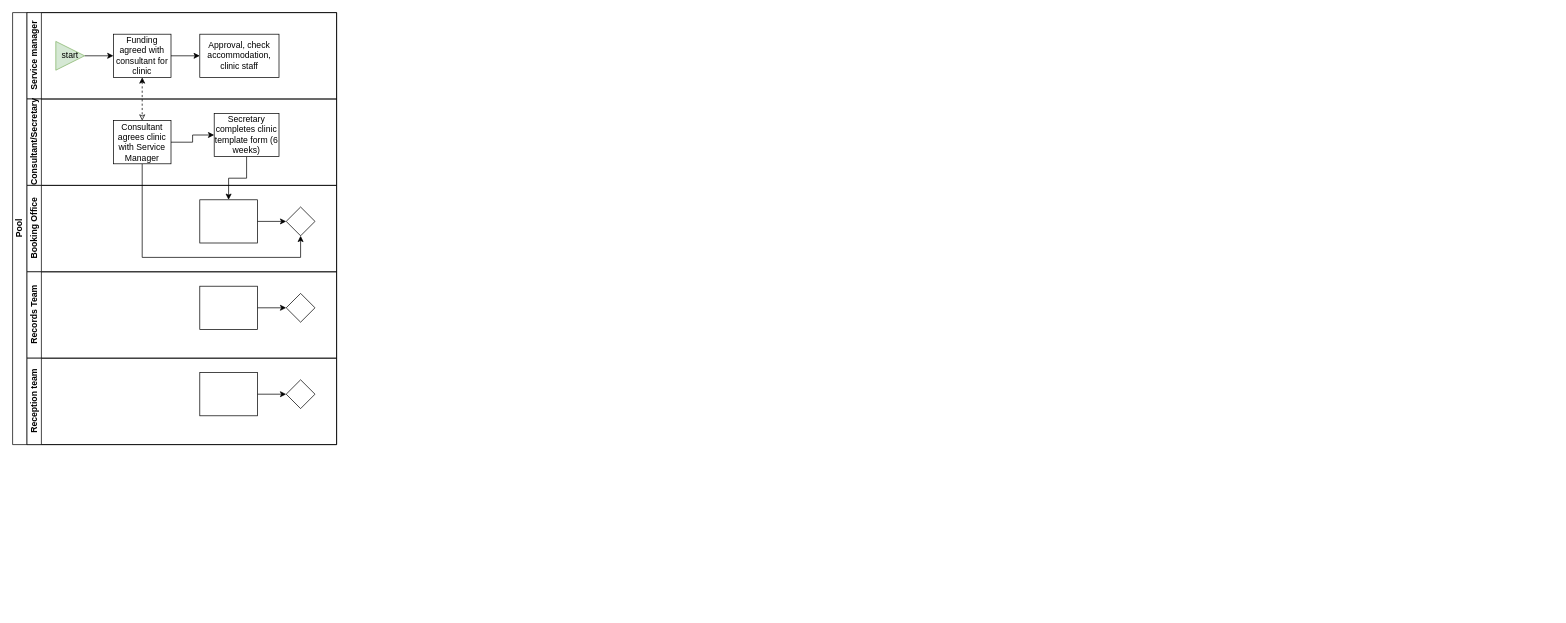
Earlier version of the draw.io diagram swimlane_clinictemplate1.drawio (shanemuk/waiting-lists). Source tidied: cells renumbered, new cells numbered last; positions are measured from the earlier drawing's top-left corner, leaving out a move shared by most shapes. Both pictures are drawn from the tidied source at 72%, with x=0, y=0 at pixel (12, 12).
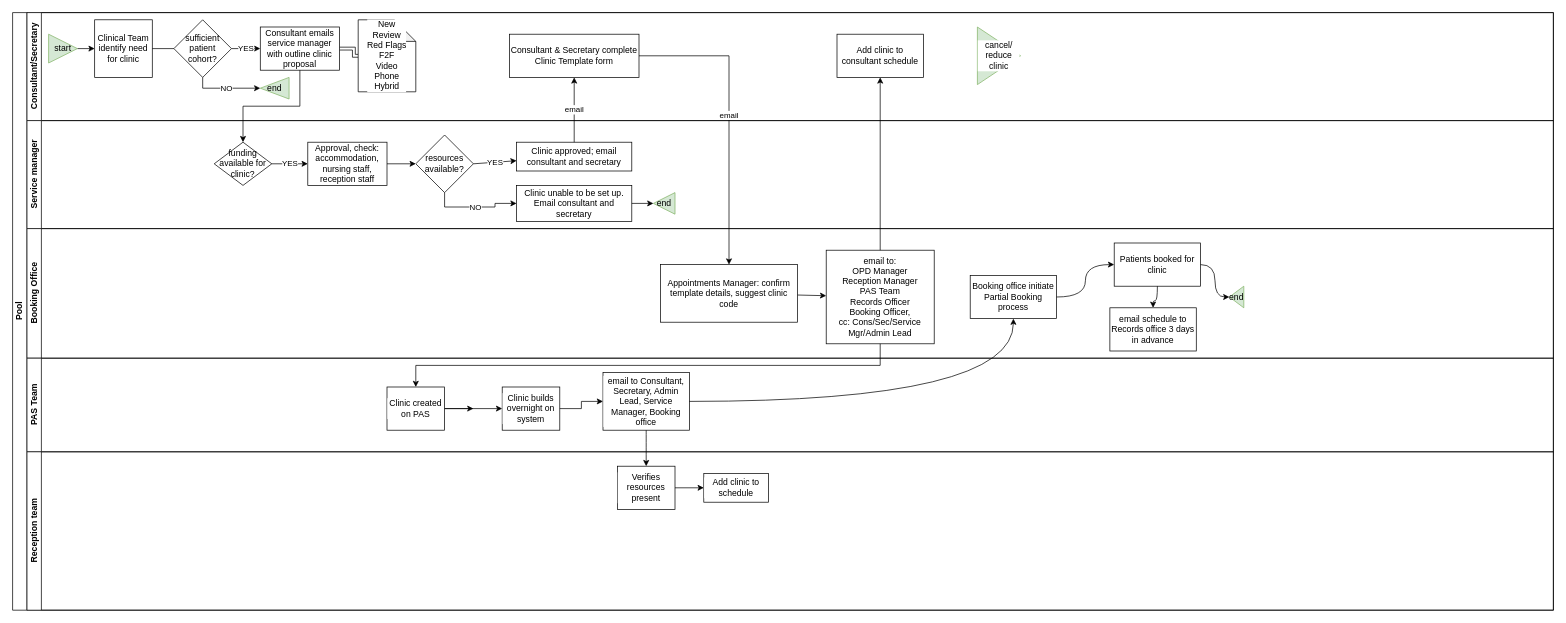
The same page after the edit.

Change to the diagram source:
```diff
@@
     <mxCell id="2" value="Pool" style="swimlane;html=1;horizontal=0;startSize=20;fillColor=default;strokeColor=default;fontColor=default;" parent="1" vertex="1">
-      <mxGeometry width="450" height="600" as="geometry" />
+      <mxGeometry width="2140" height="830" as="geometry" />
     </mxCell>
-    <mxCell id="3" style="edgeStyle=orthogonalEdgeStyle;rounded=0;jettySize=auto;html=1;dashed=1;endArrow=classic;endFill=0;strokeColor=default;labelBackgroundColor=default;fontColor=default;startArrow=classic;" parent="2" edge="1" source="9" target="14">
-      <mxGeometry relative="1" as="geometry" />
-    </mxCell>
-    <mxCell id="4" style="edgeStyle=orthogonalEdgeStyle;rounded=0;jettySize=auto;html=1;endArrow=classic;endFill=1;" parent="2" edge="1" source="15" target="18">
+    <mxCell id="4" value="email" style="edgeStyle=orthogonalEdgeStyle;rounded=0;jettySize=auto;html=1;endArrow=classic;endFill=1;strokeColor=default;labelBackgroundColor=default;fontColor=default;exitX=1;exitY=0.5;exitDx=0;exitDy=0;" parent="2" edge="1" source="15" target="18">
       <mxGeometry relative="1" as="geometry" />
     </mxCell>
-    <mxCell id="5" style="edgeStyle=orthogonalEdgeStyle;rounded=0;jettySize=auto;html=1;endArrow=classic;endFill=1;" parent="2" edge="1" source="14" target="19">
-      <mxGeometry relative="1" as="geometry">
-        <Array as="points">
-          <mxPoint x="180" y="340" />
-          <mxPoint x="400" y="340" />
-        </Array>
-      </mxGeometry>
-    </mxCell>
+    <mxCell id="12" value="Consultant/Secretary" style="swimlane;html=1;startSize=20;horizontal=0;fillColor=default;strokeColor=default;fontColor=default;" parent="2" vertex="1">
+      <mxGeometry x="20" width="2120" height="150" as="geometry" />
+    </mxCell>
+    <mxCell id="28" style="edgeStyle=orthogonalEdgeStyle;curved=1;rounded=0;jumpStyle=arc;jettySize=auto;html=1;exitX=1;exitY=0.5;exitDx=0;exitDy=0;labelBackgroundColor=default;fontColor=default;strokeColor=default;fillColor=default;shape=link;" parent="12" edge="1" source="14" target="37">
+      <mxGeometry relative="1" as="geometry" />
+    </mxCell>
+    <mxCell id="14" value="Consultant emails service manager with outline clinic proposal" style="rounded=0;whiteSpace=wrap;html=1;fontFamily=Helvetica;fontSize=12;fontColor=#000000;align=center;fillColor=default;strokeColor=default;" parent="12" vertex="1">
+      <mxGeometry x="324" y="20" width="110" height="60" as="geometry" />
+    </mxCell>
+    <mxCell id="15" value="Consultant &amp;amp; Secretary complete Clinic Template form" style="whiteSpace=wrap;html=1;fontFamily=Helvetica;fontSize=12;fontColor=#000000;align=center;fillColor=default;strokeColor=default;" parent="12" vertex="1">
+      <mxGeometry x="670" y="30" width="180" height="60" as="geometry" />
+    </mxCell>
+    <mxCell id="29" value="YES" style="edgeStyle=orthogonalEdgeStyle;rounded=0;jettySize=auto;html=1;exitX=1;exitY=0.5;exitDx=0;exitDy=0;entryX=0;entryY=0.5;entryDx=0;entryDy=0;labelBackgroundColor=default;fontColor=default;strokeColor=default;startArrow=none;fillColor=default;" parent="12" edge="1" source="31" target="14">
+      <mxGeometry relative="1" as="geometry" />
+    </mxCell>
+    <mxCell id="30" value="Clinical Team identify need for clinic" style="whiteSpace=wrap;html=1;fontColor=default;strokeColor=default;fillColor=default;" parent="12" vertex="1">
+      <mxGeometry x="94" y="10" width="80" height="80" as="geometry" />
+    </mxCell>
+    <mxCell id="31" value="sufficient patient cohort?" style="rhombus;whiteSpace=wrap;html=1;fontColor=default;strokeColor=default;fillColor=default;" parent="12" vertex="1">
+      <mxGeometry x="204" y="10" width="80" height="80" as="geometry" />
+    </mxCell>
+    <mxCell id="32" style="edgeStyle=orthogonalEdgeStyle;rounded=0;jettySize=auto;html=1;exitX=1;exitY=0.5;exitDx=0;exitDy=0;entryX=0;entryY=0.5;entryDx=0;entryDy=0;labelBackgroundColor=default;fontColor=default;strokeColor=default;endArrow=none;fillColor=default;" parent="12" edge="1" source="30" target="31">
+      <mxGeometry relative="1" as="geometry" />
+    </mxCell>
+    <mxCell id="33" value="NO" style="edgeStyle=orthogonalEdgeStyle;rounded=0;jettySize=auto;html=1;exitX=0.5;exitY=1;exitDx=0;exitDy=0;labelBackgroundColor=default;fontColor=default;strokeColor=default;entryX=1;entryY=0.5;entryDx=0;entryDy=0;fillColor=default;" parent="12" edge="1" source="31" target="34">
+      <mxGeometry relative="1" as="geometry">
+        <Array as="points">
+          <mxPoint x="244" y="105" />
+        </Array>
+      </mxGeometry>
+    </mxCell>
+    <mxCell id="34" value="end" style="triangle;whiteSpace=wrap;html=1;strokeColor=#82b366;fillColor=#d5e8d4;comic=0;direction=west;fontColor=default;" parent="12" vertex="1">
+      <mxGeometry x="324" y="90" width="40" height="30" as="geometry" />
+    </mxCell>
+    <mxCell id="35" style="edgeStyle=orthogonalEdgeStyle;rounded=0;jettySize=auto;html=1;exitX=1;exitY=0.5;exitDx=0;exitDy=0;entryX=0;entryY=0.5;entryDx=0;entryDy=0;labelBackgroundColor=default;fontColor=default;strokeColor=default;fillColor=default;" parent="12" edge="1" source="8" target="30">
+      <mxGeometry relative="1" as="geometry" />
+    </mxCell>
+    <mxCell id="8" value="start" style="triangle;whiteSpace=wrap;html=1;fillColor=#d5e8d4;strokeColor=#82b366;fontColor=default;" parent="12" vertex="1">
+      <mxGeometry x="30" y="30" width="40" height="40" as="geometry" />
+    </mxCell>
+    <mxCell id="36" value="Add clinic to consultant schedule" style="whiteSpace=wrap;html=1;fontColor=#000000;fillColor=default;strokeColor=default;" parent="12" vertex="1">
+      <mxGeometry x="1125" y="30" width="120" height="60" as="geometry" />
+    </mxCell>
+    <mxCell id="37" value="New&lt;br&gt;Review&lt;br&gt;Red Flags&lt;br&gt;F2F&lt;br&gt;Video&lt;br&gt;Phone&lt;br&gt;Hybrid" style="shape=note;whiteSpace=wrap;html=1;backgroundOutline=1;darkOpacity=0.05;labelBackgroundColor=default;comic=0;fontColor=default;strokeColor=default;fillColor=default;" parent="12" vertex="1">
+      <mxGeometry x="460" y="10" width="80" height="100" as="geometry" />
+    </mxCell>
+    <mxCell id="38" value="cancel/ reduce clinic" style="triangle;whiteSpace=wrap;html=1;labelBackgroundColor=default;comic=0;strokeColor=#82b366;fillColor=#d5e8d4;fontColor=default;" parent="12" vertex="1">
+      <mxGeometry x="1320" y="20" width="60" height="80" as="geometry" />
+    </mxCell>
-    <mxCell id="6" value="Service manager" style="swimlane;html=1;startSize=20;horizontal=0;" parent="2" vertex="1">
-      <mxGeometry x="20" width="430" height="120" as="geometry" />
+    <mxCell id="6" value="Service manager" style="swimlane;html=1;startSize=20;horizontal=0;fillColor=default;strokeColor=default;fontColor=default;" parent="2" vertex="1">
+      <mxGeometry x="20" y="150" width="2120" height="150" as="geometry" />
     </mxCell>
-    <mxCell id="7" style="edgeStyle=orthogonalEdgeStyle;rounded=0;jettySize=auto;html=1;" parent="6" edge="1" source="8" target="9">
-      <mxGeometry relative="1" as="geometry" />
-    </mxCell>
-    <mxCell id="8" value="start" style="triangle;whiteSpace=wrap;html=1;fillColor=#d5e8d4;strokeColor=#82b366;fontColor=default;" parent="6" vertex="1">
-      <mxGeometry x="40" y="40" width="40" height="40" as="geometry" />
-    </mxCell>
-    <mxCell id="9" value="Funding agreed with consultant for clinic" style="rounded=0;whiteSpace=wrap;html=1;fontFamily=Helvetica;fontSize=12;fontColor=#000000;align=center;" parent="6" vertex="1">
-      <mxGeometry x="120" y="30" width="80" height="60" as="geometry" />
+    <mxCell id="9" value="funding available for clinic?" style="rhombus;rounded=0;whiteSpace=wrap;html=1;fontFamily=Helvetica;fontSize=12;fontColor=#000000;align=center;fillColor=default;strokeColor=default;" parent="6" vertex="1">
+      <mxGeometry x="260" y="30" width="80" height="60" as="geometry" />
     </mxCell>
-    <mxCell id="10" style="edgeStyle=orthogonalEdgeStyle;rounded=0;jettySize=auto;html=1;exitX=1;exitY=0.5;exitDx=0;exitDy=0;entryX=0;entryY=0.5;entryDx=0;entryDy=0;fontColor=default;strokeColor=default;labelBackgroundColor=default;" parent="6" edge="1" source="9" target="11">
+    <mxCell id="10" value="YES" style="edgeStyle=orthogonalEdgeStyle;rounded=0;jettySize=auto;html=1;exitX=1;exitY=0.5;exitDx=0;exitDy=0;entryX=0;entryY=0.5;entryDx=0;entryDy=0;fontColor=default;strokeColor=default;labelBackgroundColor=default;" parent="6" edge="1" source="9" target="11">
       <mxGeometry relative="1" as="geometry" />
     </mxCell>
+    <mxCell id="39" style="edgeStyle=orthogonalEdgeStyle;rounded=0;jettySize=auto;html=1;labelBackgroundColor=default;fontColor=default;strokeColor=default;" parent="6" edge="1" source="11" target="40">
+      <mxGeometry relative="1" as="geometry" />
+    </mxCell>
-    <mxCell id="11" value="Approval, check accommodation, clinic staff" style="rounded=0;whiteSpace=wrap;html=1;fontFamily=Helvetica;fontSize=12;fontColor=#000000;align=center;fillColor=default;strokeColor=default;" parent="6" vertex="1">
-      <mxGeometry x="240" y="30" width="110" height="60" as="geometry" />
+    <mxCell id="11" value="Approval, check: accommodation, nursing staff,&lt;br&gt;reception staff" style="rounded=0;whiteSpace=wrap;html=1;fontFamily=Helvetica;fontSize=12;fontColor=#000000;align=center;fillColor=default;strokeColor=default;" parent="6" vertex="1">
+      <mxGeometry x="390" y="30" width="110" height="60" as="geometry" />
     </mxCell>
-    <mxCell id="12" value="Consultant/Secretary" style="swimlane;html=1;startSize=20;horizontal=0;" parent="2" vertex="1">
-      <mxGeometry x="20" y="120" width="430" height="120" as="geometry" />
-    </mxCell>
-    <mxCell id="13" style="edgeStyle=orthogonalEdgeStyle;rounded=0;jettySize=auto;html=1;endArrow=classic;endFill=1;" parent="12" edge="1" source="14" target="15">
-      <mxGeometry relative="1" as="geometry" />
-    </mxCell>
-    <mxCell id="14" value="Consultant agrees clinic with Service Manager" style="rounded=0;whiteSpace=wrap;html=1;fontFamily=Helvetica;fontSize=12;fontColor=#000000;align=center;fillColor=default;strokeColor=default;" parent="12" vertex="1">
-      <mxGeometry x="120" y="30" width="80" height="60" as="geometry" />
-    </mxCell>
-    <mxCell id="15" value="Secretary completes clinic template form (6 weeks)" style="whiteSpace=wrap;html=1;fontFamily=Helvetica;fontSize=12;fontColor=#000000;align=center;fillColor=default;strokeColor=default;" parent="12" vertex="1">
-      <mxGeometry x="260" y="20" width="90" height="60" as="geometry" />
-    </mxCell>
+    <mxCell id="40" value="resources available?" style="rhombus;whiteSpace=wrap;html=1;comic=0;fontColor=default;strokeColor=default;fillColor=default;" parent="6" vertex="1">
+      <mxGeometry x="540" y="20" width="80" height="80" as="geometry" />
+    </mxCell>
+    <mxCell id="41" value="Clinic unable to be set up. Email consultant and secretary" style="whiteSpace=wrap;html=1;comic=0;fillColor=default;strokeColor=default;fontColor=default;" parent="6" vertex="1">
+      <mxGeometry x="680" y="90" width="160" height="50" as="geometry" />
+    </mxCell>
+    <mxCell id="42" value="NO" style="edgeStyle=orthogonalEdgeStyle;rounded=0;jettySize=auto;html=1;labelBackgroundColor=default;fontColor=default;strokeColor=default;exitX=0.5;exitY=1;exitDx=0;exitDy=0;" parent="6" edge="1" source="40" target="41">
+      <mxGeometry relative="1" as="geometry" />
+    </mxCell>
+    <mxCell id="43" value="Clinic approved; email consultant and secretary" style="whiteSpace=wrap;html=1;comic=0;fillColor=default;strokeColor=default;fontColor=default;" parent="6" vertex="1">
+      <mxGeometry x="680" y="30" width="160" height="40" as="geometry" />
+    </mxCell>
+    <mxCell id="44" value="YES" style="rounded=0;jettySize=auto;html=1;labelBackgroundColor=default;fontColor=default;strokeColor=default;exitX=1;exitY=0.5;exitDx=0;exitDy=0;" parent="6" edge="1" source="40" target="43">
+      <mxGeometry relative="1" as="geometry" />
+    </mxCell>
+    <mxCell id="45" value="end" style="triangle;direction=west;whiteSpace=wrap;html=1;comic=0;fillColor=#d5e8d4;strokeColor=#82b366;fontColor=default;" parent="6" vertex="1">
+      <mxGeometry x="870" y="100" width="30" height="30" as="geometry" />
+    </mxCell>
+    <mxCell id="46" style="rounded=0;jettySize=auto;html=1;labelBackgroundColor=default;fontColor=default;strokeColor=default;" parent="6" edge="1" source="41" target="45">
+      <mxGeometry relative="1" as="geometry" />
+    </mxCell>
-    <mxCell id="16" value="Booking Office" style="swimlane;html=1;startSize=20;horizontal=0;" parent="2" vertex="1">
-      <mxGeometry x="20" y="240" width="430" height="120" as="geometry" />
+    <mxCell id="16" value="Booking Office" style="swimlane;html=1;startSize=20;horizontal=0;fillColor=default;strokeColor=default;fontColor=default;" parent="2" vertex="1">
+      <mxGeometry x="20" y="300" width="2120" height="180" as="geometry" />
     </mxCell>
-    <mxCell id="17" style="edgeStyle=orthogonalEdgeStyle;rounded=0;jettySize=auto;html=1;endArrow=classic;endFill=1;" parent="16" edge="1" source="18" target="19">
+    <mxCell id="17" style="rounded=0;jettySize=auto;html=1;endArrow=classic;endFill=1;strokeColor=default;labelBackgroundColor=default;fontColor=default;" parent="16" edge="1" source="18" target="19">
       <mxGeometry relative="1" as="geometry" />
     </mxCell>
-    <mxCell id="18" style="rounded=0;whiteSpace=wrap;html=1;fontFamily=Helvetica;fontSize=12;fontColor=#000000;align=center;" parent="16" vertex="1">
-      <mxGeometry x="240" y="20" width="80" height="60" as="geometry" />
+    <mxCell id="18" value="Appointments Manager: confirm template details,&amp;nbsp;suggest clinic code" style="rounded=0;whiteSpace=wrap;html=1;fontFamily=Helvetica;fontSize=12;fontColor=#000000;align=center;fillColor=default;strokeColor=default;" parent="16" vertex="1">
+      <mxGeometry x="880" y="50" width="190" height="80" as="geometry" />
     </mxCell>
-    <mxCell id="19" style="rhombus;whiteSpace=wrap;html=1;fontFamily=Helvetica;fontSize=12;fontColor=#000000;align=center;" parent="16" vertex="1">
-      <mxGeometry x="360" y="30" width="40" height="40" as="geometry" />
+    <mxCell id="19" value="email to:&lt;br&gt;OPD Manager&lt;br&gt;Reception Manager&lt;br&gt;PAS Team&lt;br&gt;Records Officer&lt;br&gt;Booking Officer,&lt;br&gt;cc: Cons/Sec/Service Mgr/Admin Lead" style="whiteSpace=wrap;html=1;fontFamily=Helvetica;fontSize=12;fontColor=#000000;align=center;fillColor=default;strokeColor=default;" parent="16" vertex="1">
+      <mxGeometry x="1110" y="30" width="150" height="130" as="geometry" />
     </mxCell>
+    <mxCell id="47" value="Booking office initiate Partial Booking process" style="whiteSpace=wrap;html=1;fontColor=#000000;fillColor=default;strokeColor=default;" parent="16" vertex="1">
+      <mxGeometry x="1310" y="65" width="120" height="60" as="geometry" />
+    </mxCell>
+    <mxCell id="48" value="end" style="triangle;direction=west;whiteSpace=wrap;html=1;fillColor=#d5e8d4;strokeColor=#82b366;fontColor=default;" parent="16" vertex="1">
+      <mxGeometry x="1670" y="80" width="20" height="30" as="geometry" />
+    </mxCell>
+    <mxCell id="49" value="Patients booked for clinic" style="whiteSpace=wrap;html=1;fontColor=#000000;fillColor=default;strokeColor=default;" parent="16" vertex="1">
+      <mxGeometry x="1510" y="20" width="120" height="60" as="geometry" />
+    </mxCell>
+    <mxCell id="50" style="edgeStyle=orthogonalEdgeStyle;curved=1;rounded=0;jumpStyle=arc;jettySize=auto;html=1;labelBackgroundColor=default;fontColor=default;strokeColor=default;fillColor=default;" parent="16" edge="1" source="47" target="49">
+      <mxGeometry relative="1" as="geometry" />
+    </mxCell>
+    <mxCell id="51" style="edgeStyle=orthogonalEdgeStyle;curved=1;rounded=0;jumpStyle=arc;jettySize=auto;html=1;labelBackgroundColor=default;fontColor=default;strokeColor=default;fillColor=default;" parent="16" edge="1" source="49" target="48">
+      <mxGeometry relative="1" as="geometry" />
+    </mxCell>
+    <mxCell id="52" value="email schedule to Records office 3 days in advance" style="whiteSpace=wrap;html=1;fontColor=#000000;fillColor=default;strokeColor=default;" parent="16" vertex="1">
+      <mxGeometry x="1504" y="110" width="120" height="60" as="geometry" />
+    </mxCell>
+    <mxCell id="53" style="edgeStyle=orthogonalEdgeStyle;curved=1;rounded=0;jumpStyle=arc;jettySize=auto;html=1;labelBackgroundColor=default;fontColor=default;strokeColor=default;fillColor=default;" parent="16" edge="1" source="49" target="52">
+      <mxGeometry relative="1" as="geometry" />
+    </mxCell>
-    <mxCell id="20" value="Records Team" style="swimlane;html=1;startSize=20;horizontal=0;fillColor=default;strokeColor=default;fontColor=default;" parent="2" vertex="1">
-      <mxGeometry x="20" y="360" width="430" height="120" as="geometry" />
+    <mxCell id="20" value="PAS Team" style="swimlane;html=1;startSize=20;horizontal=0;fillColor=default;strokeColor=default;fontColor=default;" parent="2" vertex="1">
+      <mxGeometry x="20" y="480" width="2120" height="130" as="geometry" />
     </mxCell>
-    <mxCell id="21" style="edgeStyle=orthogonalEdgeStyle;rounded=0;jettySize=auto;html=1;endArrow=classic;endFill=1;" parent="20" edge="1" source="22" target="23">
-      <mxGeometry relative="1" as="geometry" />
+    <mxCell id="21" style="edgeStyle=orthogonalEdgeStyle;rounded=0;jettySize=auto;html=1;endArrow=classic;endFill=1;strokeColor=default;labelBackgroundColor=default;fontColor=default;" parent="20" edge="1" source="22">
+      <mxGeometry relative="1" as="geometry">
+        <mxPoint x="620" y="70" as="targetPoint" />
+      </mxGeometry>
     </mxCell>
-    <mxCell id="22" style="rounded=0;whiteSpace=wrap;html=1;fontFamily=Helvetica;fontSize=12;fontColor=#000000;align=center;" parent="20" vertex="1">
-      <mxGeometry x="240" y="20" width="80" height="60" as="geometry" />
+    <mxCell id="22" value="Clinic created on PAS" style="rounded=0;whiteSpace=wrap;html=1;fontFamily=Helvetica;fontSize=12;fontColor=default;align=center;strokeColor=default;labelBackgroundColor=default;" parent="20" vertex="1">
+      <mxGeometry x="500" y="40" width="80" height="60" as="geometry" />
     </mxCell>
-    <mxCell id="23" style="rhombus;whiteSpace=wrap;html=1;fontFamily=Helvetica;fontSize=12;fontColor=#000000;align=center;" parent="20" vertex="1">
-      <mxGeometry x="360" y="30" width="40" height="40" as="geometry" />
-    </mxCell>
+    <mxCell id="54" value="Clinic builds overnight on system" style="rounded=0;whiteSpace=wrap;html=1;fontFamily=Helvetica;fontSize=12;fontColor=default;align=center;strokeColor=default;labelBackgroundColor=default;" parent="20" vertex="1">
+      <mxGeometry x="660" y="40" width="80" height="60" as="geometry" />
+    </mxCell>
+    <mxCell id="55" style="edgeStyle=orthogonalEdgeStyle;rounded=0;jettySize=auto;html=1;labelBackgroundColor=default;fontColor=default;strokeColor=default;fillColor=default;" parent="20" edge="1" source="22" target="54">
+      <mxGeometry relative="1" as="geometry" />
+    </mxCell>
+    <mxCell id="56" value="email to Consultant, Secretary, Admin Lead, Service Manager, Booking office" style="whiteSpace=wrap;html=1;rounded=0;fontColor=default;strokeColor=default;labelBackgroundColor=default;fillColor=default;" parent="20" vertex="1">
+      <mxGeometry x="800" y="20" width="120" height="80" as="geometry" />
+    </mxCell>
+    <mxCell id="57" style="edgeStyle=orthogonalEdgeStyle;rounded=0;jettySize=auto;html=1;labelBackgroundColor=default;fontColor=default;strokeColor=default;fillColor=default;" parent="20" edge="1" source="54" target="56">
+      <mxGeometry relative="1" as="geometry" />
+    </mxCell>
+    <mxCell id="58" style="edgeStyle=orthogonalEdgeStyle;rounded=0;jettySize=auto;html=1;labelBackgroundColor=default;fontColor=default;strokeColor=default;" parent="2" edge="1" source="14" target="9">
+      <mxGeometry relative="1" as="geometry" />
+    </mxCell>
+    <mxCell id="59" value="email" style="rounded=0;jettySize=auto;html=1;exitX=0.5;exitY=0;exitDx=0;exitDy=0;labelBackgroundColor=default;fontColor=default;strokeColor=default;entryX=0.5;entryY=1;entryDx=0;entryDy=0;" parent="2" edge="1" source="43" target="15">
+      <mxGeometry relative="1" as="geometry" />
+    </mxCell>
-    <mxCell id="24" value="Reception team" style="swimlane;html=1;startSize=20;horizontal=0;" parent="2" vertex="1">
-      <mxGeometry x="20" y="480" width="430" height="120" as="geometry" />
+    <mxCell id="24" value="Reception team" style="swimlane;html=1;startSize=20;horizontal=0;fillColor=default;strokeColor=default;fontColor=default;" parent="2" vertex="1">
+      <mxGeometry x="20" y="610" width="2120" height="220" as="geometry" />
     </mxCell>
-    <mxCell id="25" style="edgeStyle=orthogonalEdgeStyle;rounded=0;jettySize=auto;html=1;endArrow=classic;endFill=1;" parent="24" edge="1" source="26" target="27">
+    <mxCell id="25" style="edgeStyle=orthogonalEdgeStyle;rounded=0;jettySize=auto;html=1;endArrow=classic;endFill=1;strokeColor=default;labelBackgroundColor=default;fontColor=default;" parent="24" edge="1" source="26" target="27">
       <mxGeometry relative="1" as="geometry" />
     </mxCell>
-    <mxCell id="26" style="rounded=0;whiteSpace=wrap;html=1;fontFamily=Helvetica;fontSize=12;fontColor=#000000;align=center;" parent="24" vertex="1">
-      <mxGeometry x="240" y="20" width="80" height="60" as="geometry" />
+    <mxCell id="26" value="Verifies resources present" style="rounded=0;whiteSpace=wrap;html=1;fontFamily=Helvetica;fontSize=12;fontColor=default;align=center;strokeColor=default;labelBackgroundColor=default;" parent="24" vertex="1">
+      <mxGeometry x="820" y="20" width="80" height="60" as="geometry" />
     </mxCell>
-    <mxCell id="27" style="rhombus;whiteSpace=wrap;html=1;fontFamily=Helvetica;fontSize=12;fontColor=#000000;align=center;" parent="24" vertex="1">
-      <mxGeometry x="360" y="30" width="40" height="40" as="geometry" />
+    <mxCell id="27" value="Add clinic to schedule" style="whiteSpace=wrap;html=1;fontFamily=Helvetica;fontSize=12;fontColor=default;align=center;fillColor=default;strokeColor=default;labelBackgroundColor=default;" parent="24" vertex="1">
+      <mxGeometry x="940" y="30" width="90" height="40" as="geometry" />
     </mxCell>
+    <mxCell id="60" style="rounded=0;jettySize=auto;html=1;exitX=0.5;exitY=1;exitDx=0;exitDy=0;entryX=0.5;entryY=0;entryDx=0;entryDy=0;labelBackgroundColor=default;fontColor=default;strokeColor=default;fillColor=default;jumpStyle=arc;edgeStyle=orthogonalEdgeStyle;" parent="2" edge="1" source="19" target="22">
+      <mxGeometry relative="1" as="geometry" />
+    </mxCell>
+    <mxCell id="61" style="rounded=0;jumpStyle=arc;jettySize=auto;html=1;exitX=0.5;exitY=1;exitDx=0;exitDy=0;entryX=0.5;entryY=0;entryDx=0;entryDy=0;labelBackgroundColor=default;fontColor=default;strokeColor=default;fillColor=default;edgeStyle=orthogonalEdgeStyle;curved=1;" parent="2" edge="1" source="56" target="26">
+      <mxGeometry relative="1" as="geometry" />
+    </mxCell>
+    <mxCell id="62" style="edgeStyle=none;rounded=0;jumpStyle=arc;jettySize=auto;html=1;labelBackgroundColor=default;fontColor=default;strokeColor=default;fillColor=default;" parent="2" edge="1" source="19" target="36">
+      <mxGeometry relative="1" as="geometry" />
+    </mxCell>
+    <mxCell id="63" style="edgeStyle=orthogonalEdgeStyle;curved=1;rounded=0;jumpStyle=arc;jettySize=auto;html=1;exitX=1;exitY=0.5;exitDx=0;exitDy=0;labelBackgroundColor=default;fontColor=default;strokeColor=default;fillColor=default;" parent="2" edge="1" source="56" target="47">
+      <mxGeometry relative="1" as="geometry" />
+    </mxCell>
```
